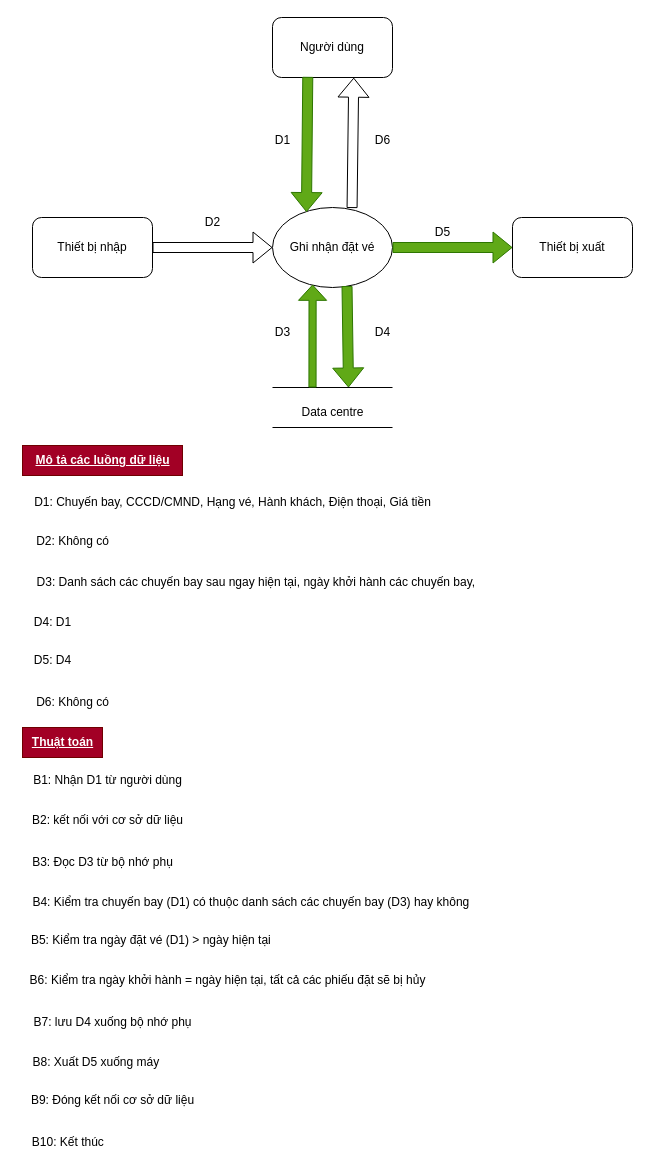
The draw.io diagram DFD/DFD_Drawio/yc3_luu_tru.drawio in phat9824/Flight_ticket_manegement, before the edit. Source tidied: cells renumbered, new cells numbered last; positions are measured from the earlier drawing's top-left corner, leaving out a move shared by most shapes. Both pictures are drawn from the tidied source at 100%, with x=0, y=0 at pixel (17, 17).
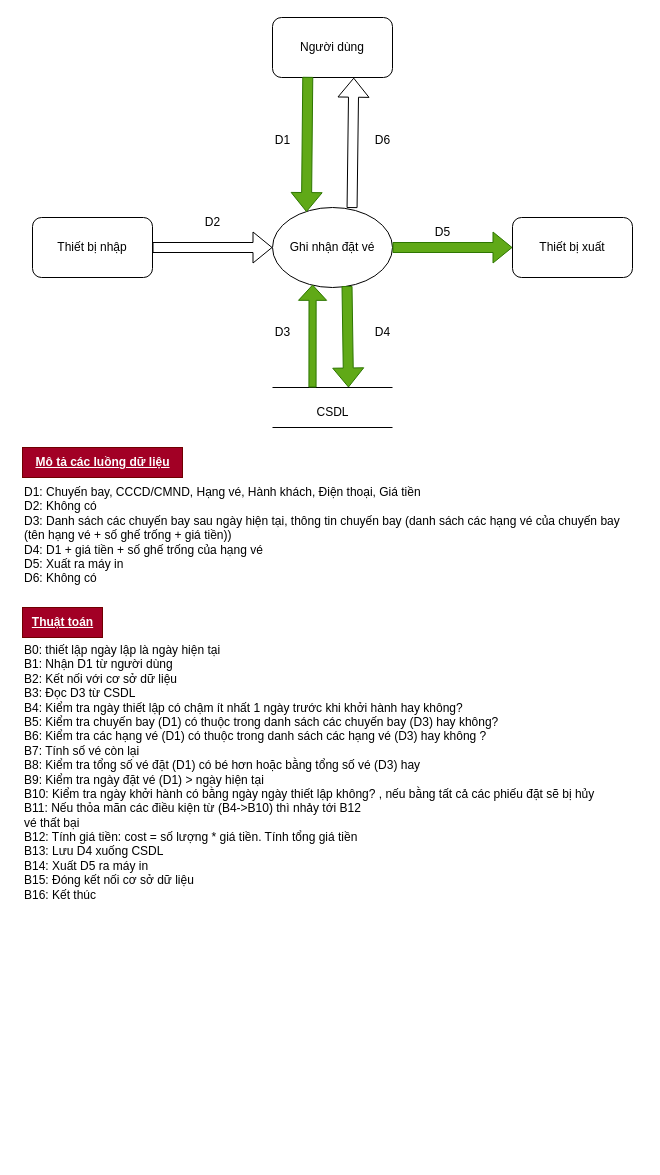
The same page after the edit.

The edit, as a diff of the source:
```diff
@@
-    <mxCell id="19" value="Data centre" style="text;html=1;align=center;verticalAlign=middle;strokeColor=none;fillColor=none;" parent="1" vertex="1">
-      <mxGeometry x="270" y="380" width="90" height="30" as="geometry" />
+    <mxCell id="19" value="CSDL" style="text;html=1;align=center;verticalAlign=middle;strokeColor=none;fillColor=none;" parent="1" vertex="1">
+      <mxGeometry x="285" y="380" width="60" height="30" as="geometry" />
     </mxCell>
-    <mxCell id="20" value="D1: Chuyến bay, CCCD/CMND, Hạng vé, Hành khách, Điện thoại, Giá tiền" style="text;html=1;align=center;verticalAlign=middle;strokeColor=none;fillColor=none;" parent="1" vertex="1">
-      <mxGeometry x="5" y="470" width="420" height="30" as="geometry" />
+    <mxCell id="20" value="D1: Chuyến bay, CCCD/CMND, Hạng vé, Hành khách, Điện thoại, Giá tiền&lt;div&gt;D2: Không có&lt;/div&gt;&lt;div&gt;D3: Danh sách các chuyến bay sau ngày hiện tại, thông tin chuyến bay (danh sách các hạng vé của chuyến bay&lt;/div&gt;&lt;div&gt;(tên hạng vé + số ghế trống + giá tiền))&amp;nbsp;&lt;/div&gt;&lt;div&gt;D4: D1 + giá tiền + số ghế trống của hạng vé&lt;/div&gt;&lt;div&gt;D5: Xuất ra máy in&lt;/div&gt;&lt;div&gt;D6: Không có&lt;/div&gt;&lt;div&gt;&lt;br&gt;&lt;/div&gt;" style="text;html=1;align=left;verticalAlign=middle;strokeColor=none;fillColor=none;" parent="1" vertex="1">
+      <mxGeometry x="5" y="460" width="620" height="130" as="geometry" />
     </mxCell>
-    <mxCell id="21" value="D2: Không có" style="text;html=1;align=center;verticalAlign=middle;strokeColor=none;fillColor=none;" parent="1" vertex="1">
-      <mxGeometry x="5" y="509" width="100" height="30" as="geometry" />
-    </mxCell>
-    <mxCell id="22" value="D3: Danh sách các chuyến bay sau ngay hiện tại, ngày khởi hành các chuyến bay,&amp;nbsp;" style="text;html=1;align=center;verticalAlign=middle;strokeColor=none;fillColor=none;" parent="1" vertex="1">
-      <mxGeometry x="5" y="550" width="470" height="30" as="geometry" />
-    </mxCell>
-    <mxCell id="23" value="D4: D1" style="text;html=1;align=center;verticalAlign=middle;strokeColor=none;fillColor=none;" parent="1" vertex="1">
-      <mxGeometry x="5" y="590" width="60" height="30" as="geometry" />
-    </mxCell>
-    <mxCell id="24" value="D5: D4" style="text;html=1;align=center;verticalAlign=middle;strokeColor=none;fillColor=none;" parent="1" vertex="1">
-      <mxGeometry x="5" y="628" width="60" height="30" as="geometry" />
-    </mxCell>
-    <mxCell id="25" value="D6: Không có" style="text;html=1;align=center;verticalAlign=middle;strokeColor=none;fillColor=none;" parent="1" vertex="1">
-      <mxGeometry x="5" y="670" width="100" height="30" as="geometry" />
-    </mxCell>
     <mxCell id="26" value="&lt;b&gt;&lt;u&gt;Mô tả các luồng dữ liệu&lt;/u&gt;&lt;/b&gt;" style="text;html=1;align=center;verticalAlign=middle;strokeColor=#6F0000;fillColor=#a20025;fontColor=#ffffff;" parent="1" vertex="1">
-      <mxGeometry x="5" y="428" width="160" height="30" as="geometry" />
+      <mxGeometry x="5" y="430" width="160" height="30" as="geometry" />
     </mxCell>
     <mxCell id="27" value="&lt;b&gt;&lt;u&gt;Thuật toán&lt;/u&gt;&lt;/b&gt;" style="text;html=1;align=center;verticalAlign=middle;strokeColor=#6F0000;fillColor=#a20025;fontColor=#ffffff;" parent="1" vertex="1">
-      <mxGeometry x="5" y="710" width="80" height="30" as="geometry" />
+      <mxGeometry x="5" y="590" width="80" height="30" as="geometry" />
     </mxCell>
-    <mxCell id="28" value="B1: Nhận D1 từ người dùng" style="text;html=1;align=center;verticalAlign=middle;strokeColor=none;fillColor=none;" parent="1" vertex="1">
-      <mxGeometry x="5" y="748" width="170" height="30" as="geometry" />
+    <mxCell id="28" value="&lt;div&gt;B0: thiết lập ngày lập là ngày hiện tại&lt;/div&gt;B1: Nhận D1 từ người dùng&lt;div&gt;B2: Kết nối với cơ sở dữ liệu&lt;/div&gt;&lt;div&gt;B3: Đọc D3 từ CSDL&lt;/div&gt;&lt;div&gt;B4: Kiểm tra ngày thiết lập có chậm ít nhất 1 ngày trước khi khởi hành hay không?&lt;/div&gt;&lt;div&gt;B5: Kiểm tra chuyến bay (D1) có thuộc trong danh sách các chuyến bay (D3) hay không?&lt;/div&gt;&lt;div&gt;B6: Kiểm tra các hạng vé (D1) có thuộc trong danh sách các hạng vé (D3) hay không ?&lt;/div&gt;&lt;div&gt;B7: Tính số vé còn lại&lt;/div&gt;&lt;div&gt;B8: Kiểm tra tổng số vé đặt (D1) có bé hơn hoặc bằng tổng số vé (D3) hay&amp;nbsp;&lt;/div&gt;&lt;div&gt;B9: Kiểm tra ngày đặt vé (D1) &amp;gt; ngày hiện tại&lt;/div&gt;&lt;div&gt;B10: Kiểm tra ngày khởi hành có bằng ngày ngày thiết lập không? , nếu bằng tất cả các phiếu đặt sẽ bị hủy&lt;/div&gt;&lt;div&gt;B11: Nếu thỏa mãn các điều kiện từ (B4-&amp;gt;B10) thì nhảy tới B12&amp;nbsp;&lt;/div&gt;&lt;div&gt;vé thất bại&lt;/div&gt;&lt;div&gt;B12: Tính giá tiền: cost = số lượng * giá tiền. Tính tổng giá tiền&lt;/div&gt;&lt;div&gt;B13: Lưu D4 xuống CSDL&lt;/div&gt;&lt;div&gt;B14: Xuất D5 ra máy in&lt;/div&gt;&lt;div&gt;B15: Đóng kết nối cơ sở dữ liệu&lt;/div&gt;&lt;div&gt;B16: Kết thúc&lt;/div&gt;" style="text;html=1;align=left;verticalAlign=middle;strokeColor=none;fillColor=none;" parent="1" vertex="1">
+      <mxGeometry x="5" y="620" width="590" height="270" as="geometry" />
     </mxCell>
-    <mxCell id="29" value="B2: kết nối với cơ sở dữ liệu" style="text;html=1;align=center;verticalAlign=middle;strokeColor=none;fillColor=none;" parent="1" vertex="1">
-      <mxGeometry x="5" y="788" width="170" height="30" as="geometry" />
-    </mxCell>
-    <mxCell id="30" value="B3: Đọc D3 từ bộ nhớ phụ" style="text;html=1;align=center;verticalAlign=middle;strokeColor=none;fillColor=none;" parent="1" vertex="1">
-      <mxGeometry x="5" y="830" width="160" height="30" as="geometry" />
-    </mxCell>
-    <mxCell id="31" value="B4: Kiểm tra chuyến bay (D1) có thuộc danh sách các chuyến bay (D3) hay không&amp;nbsp;" style="text;html=1;align=center;verticalAlign=middle;strokeColor=none;fillColor=none;" parent="1" vertex="1">
-      <mxGeometry x="5" y="870" width="460" height="30" as="geometry" />
-    </mxCell>
-    <mxCell id="32" value="B5: Kiểm tra ngày đặt vé (D1) &amp;gt; ngày hiện tại&amp;nbsp;" style="text;html=1;align=center;verticalAlign=middle;strokeColor=none;fillColor=none;" parent="1" vertex="1">
-      <mxGeometry y="908" width="270" height="30" as="geometry" />
-    </mxCell>
-    <mxCell id="33" value="B6: Kiểm tra ngày khởi hành = ngày hiện tại, tất cả các phiếu đặt sẽ bị hủy" style="text;html=1;align=center;verticalAlign=middle;strokeColor=none;fillColor=none;" parent="1" vertex="1">
-      <mxGeometry y="948" width="420" height="30" as="geometry" />
-    </mxCell>
-    <mxCell id="34" value="B7: lưu D4 xuống bộ nhớ phụ" style="text;html=1;align=center;verticalAlign=middle;strokeColor=none;fillColor=none;" parent="1" vertex="1">
-      <mxGeometry x="5" y="990" width="180" height="30" as="geometry" />
-    </mxCell>
-    <mxCell id="35" value="B8: Xuất D5 xuống máy&amp;nbsp;" style="text;html=1;align=center;verticalAlign=middle;strokeColor=none;fillColor=none;" parent="1" vertex="1">
-      <mxGeometry x="5" y="1030" width="150" height="30" as="geometry" />
-    </mxCell>
-    <mxCell id="36" value="B9: Đóng kết nối cơ sở dữ liệu" style="text;html=1;align=center;verticalAlign=middle;strokeColor=none;fillColor=none;" parent="1" vertex="1">
-      <mxGeometry y="1068" width="190" height="30" as="geometry" />
-    </mxCell>
-    <mxCell id="37" value="B10: Kết thúc&amp;nbsp;" style="text;html=1;align=center;verticalAlign=middle;strokeColor=none;fillColor=none;" parent="1" vertex="1">
-      <mxGeometry x="2" y="1110" width="100" height="30" as="geometry" />
-    </mxCell>
```
